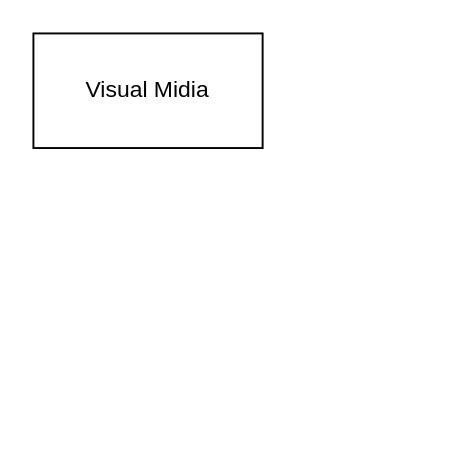
Earlier version of the draw.io diagram Diagrama sem nome.drawio (thomas2392/my-news-feed). Source tidied: cells renumbered, new cells numbered last; positions are measured from the earlier drawing's top-left corner, leaving out a move shared by most shapes. Both pictures are drawn from the tidied source at 191%, with x=0, y=0 at pixel (32, 32).
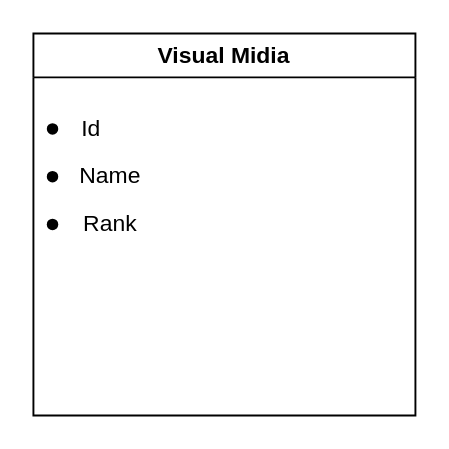
Above is the later version.

Diff of the diagram source:
```diff
@@
 <mxGraphModel>
   <root>
     <mxCell id="0" />
     <mxCell id="1" parent="0" />
-    <mxCell id="2" value="Visual Midia" style="rounded=0;whiteSpace=wrap;html=1;" parent="1" vertex="1">
-      <mxGeometry width="120" height="60" as="geometry" />
+    <mxCell id="2" value="Visual Midia" style="swimlane;whiteSpace=wrap;html=1;" parent="1" vertex="1">
+      <mxGeometry width="200" height="200" as="geometry" />
     </mxCell>
+    <mxCell id="3" style="shape=waypoint;sketch=0;size=6;fillColor=none;perimeter=centerPerimeter;" parent="2" vertex="1">
+      <mxGeometry y="65" width="20" height="20" as="geometry" />
+    </mxCell>
+    <mxCell id="4" value="Rank" style="text;html=1;align=center;verticalAlign=middle;strokeColor=none;fillColor=none;" parent="2" vertex="1">
+      <mxGeometry x="15" y="85" width="50" height="30" as="geometry" />
+    </mxCell>
+    <mxCell id="5" style="shape=waypoint;sketch=0;size=6;fillColor=none;perimeter=centerPerimeter;" parent="2" vertex="1">
+      <mxGeometry y="40" width="20" height="20" as="geometry" />
+    </mxCell>
+    <mxCell id="6" value="Id" style="text;html=1;align=center;verticalAlign=middle;strokeColor=none;fillColor=none;" parent="2" vertex="1">
+      <mxGeometry x="15" y="35" width="30" height="30" as="geometry" />
+    </mxCell>
+    <mxCell id="7" value="Name" style="text;html=1;align=center;verticalAlign=middle;strokeColor=none;fillColor=none;" parent="2" vertex="1">
+      <mxGeometry x="10" y="60" width="60" height="30" as="geometry" />
+    </mxCell>
+    <mxCell id="8" style="shape=waypoint;sketch=0;size=6;fillColor=none;perimeter=centerPerimeter;" parent="2" vertex="1">
+      <mxGeometry y="90" width="20" height="20" as="geometry" />
+    </mxCell>
   </root>
 </mxGraphModel>
```
